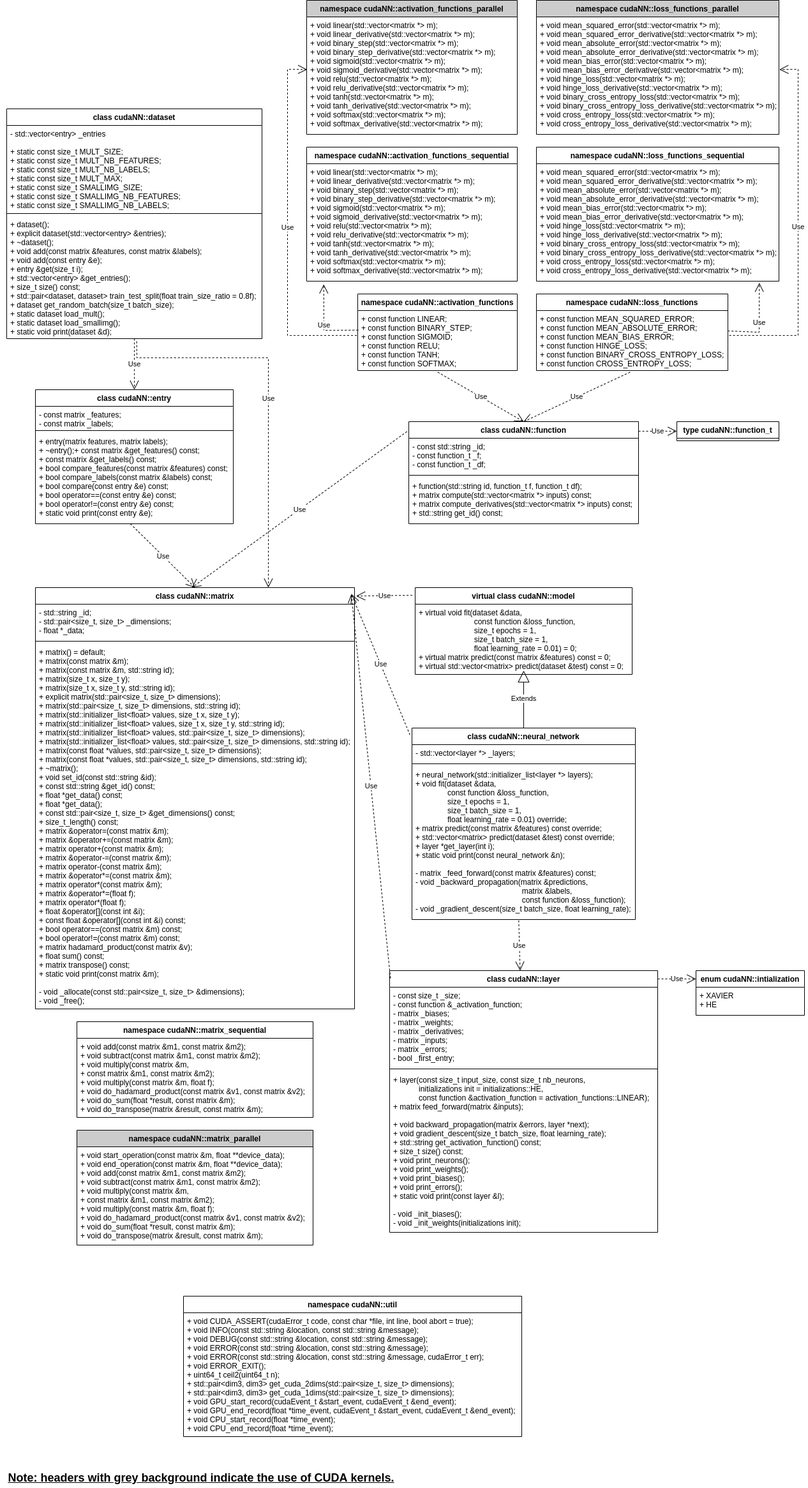
Before: res/architecture.png, a diagram exported from draw.io (EAGEA/Neural-Network-CUDA-Library). Source tidied: cells renumbered, new cells last; positions are measured from the earlier drawing's top-left corner, leaving out a move shared by most shapes.
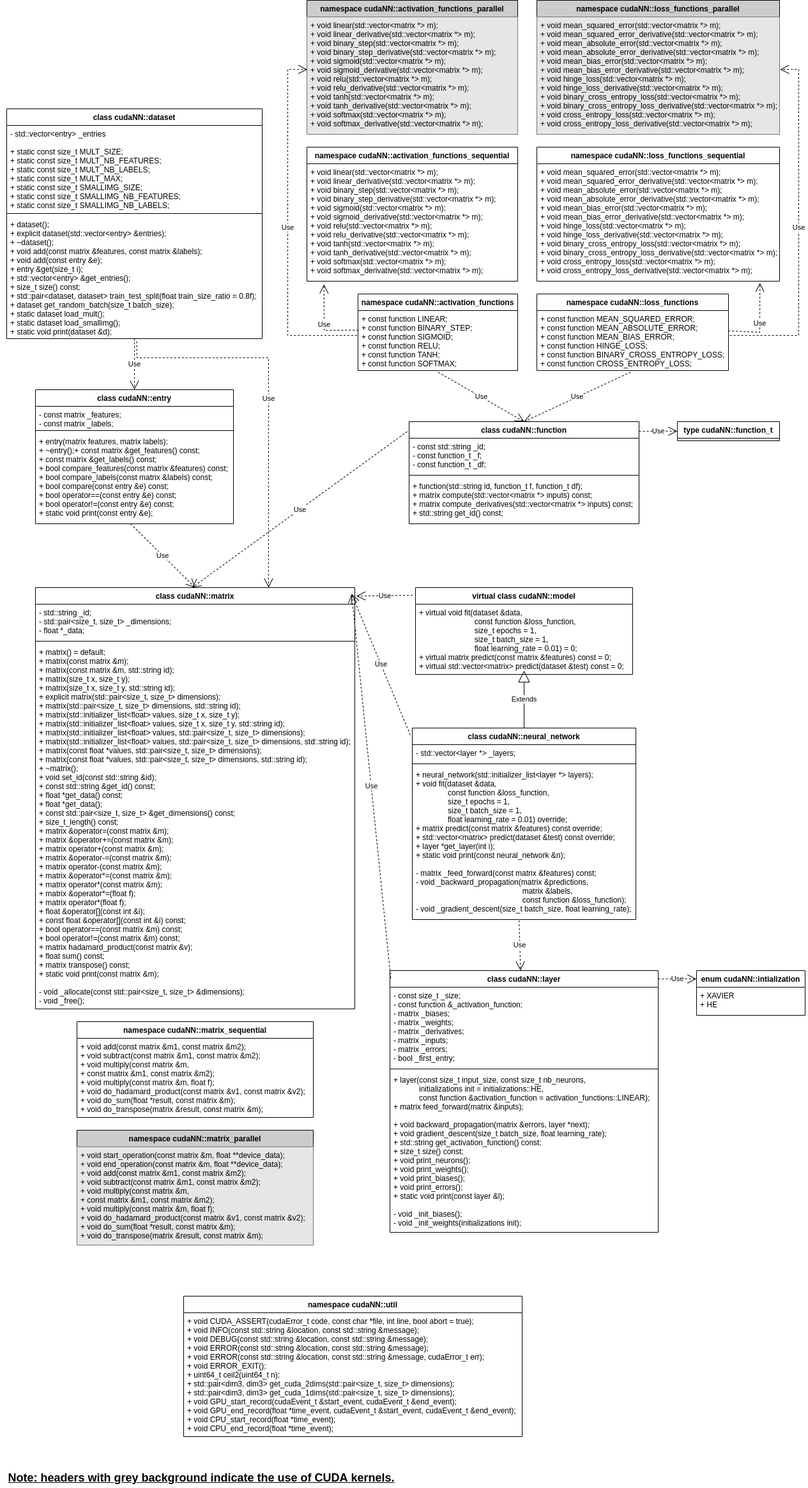
After the commit.

Commit message:
Small changes in UML diagram.

Diff of the diagram source:
```diff
@@ -44,7 +44,7 @@
     <mxCell id="15" value="namespace cudaNN::matrix_parallel" style="swimlane;fontStyle=1;align=center;verticalAlign=top;horizontal=1;startSize=26;fillColor=#CCCCCC;" parent="1" vertex="1">
       <mxGeometry x="120" y="1770" width="370" height="180" as="geometry" />
     </mxCell>
-    <mxCell id="16" value="+ void start_operation(const matrix &amp;m, float **device_data);&#10;+ void end_operation(const matrix &amp;m, float **device_data);&#10;+ void add(const matrix &amp;m1, const matrix &amp;m2);&#10;+ void subtract(const matrix &amp;m1, const matrix &amp;m2);&#10;+ void multiply(const matrix &amp;m,&#10;+ const matrix &amp;m1, const matrix &amp;m2);&#10;+ void multiply(const matrix &amp;m, float f);&#10;+ void do_hadamard_product(const matrix &amp;v1, const matrix &amp;v2);&#10;+ void do_sum(float *result, const matrix &amp;m);&#10;+ void do_transpose(matrix &amp;result, const matrix &amp;m);" style="text;strokeColor=none;fillColor=none;align=left;verticalAlign=top;spacingLeft=4;spacingRight=4;overflow=hidden;" parent="15" vertex="1">
+    <mxCell id="16" value="+ void start_operation(const matrix &amp;m, float **device_data);&#10;+ void end_operation(const matrix &amp;m, float **device_data);&#10;+ void add(const matrix &amp;m1, const matrix &amp;m2);&#10;+ void subtract(const matrix &amp;m1, const matrix &amp;m2);&#10;+ void multiply(const matrix &amp;m,&#10;+ const matrix &amp;m1, const matrix &amp;m2);&#10;+ void multiply(const matrix &amp;m, float f);&#10;+ void do_hadamard_product(const matrix &amp;v1, const matrix &amp;v2);&#10;+ void do_sum(float *result, const matrix &amp;m);&#10;+ void do_transpose(matrix &amp;result, const matrix &amp;m);" style="text;strokeColor=none;fillColor=#E6E6E6;align=left;verticalAlign=top;spacingLeft=4;spacingRight=4;overflow=hidden;" parent="15" vertex="1">
       <mxGeometry y="26" width="370" height="154" as="geometry" />
     </mxCell>
     <mxCell id="17" value="namespace cudaNN::matrix_sequential" style="swimlane;fontStyle=1;align=center;verticalAlign=top;horizontal=1;startSize=26;" parent="1" vertex="1">
@@ -83,7 +83,7 @@
     <mxCell id="28" value="namespace cudaNN::loss_functions_parallel" style="swimlane;fontStyle=1;align=center;verticalAlign=top;horizontal=1;startSize=26;fillColor=#CCCCCC;" parent="1" vertex="1">
       <mxGeometry x="840" width="380" height="210" as="geometry" />
     </mxCell>
-    <mxCell id="29" value="+ void mean_squared_error(std::vector&lt;matrix *&gt; m);&#10;+ void mean_squared_error_derivative(std::vector&lt;matrix *&gt; m);&#10;+ void mean_absolute_error(std::vector&lt;matrix *&gt; m);&#10;+ void mean_absolute_error_derivative(std::vector&lt;matrix *&gt; m);&#10;+ void mean_bias_error(std::vector&lt;matrix *&gt; m);&#10;+ void mean_bias_error_derivative(std::vector&lt;matrix *&gt; m);&#10;+ void hinge_loss(std::vector&lt;matrix *&gt; m);&#10;+ void hinge_loss_derivative(std::vector&lt;matrix *&gt; m);&#10;+ void binary_cross_entropy_loss(std::vector&lt;matrix *&gt; m);&#10;+ void binary_cross_entropy_loss_derivative(std::vector&lt;matrix *&gt; m);&#10;+ void cross_entropy_loss(std::vector&lt;matrix *&gt; m);&#10;+ void cross_entropy_loss_derivative(std::vector&lt;matrix *&gt; m);" style="text;strokeColor=none;fillColor=none;align=left;verticalAlign=top;spacingLeft=4;spacingRight=4;overflow=hidden;points=[[0,0.5],[1,0.5]];portConstraint=eastwest;" parent="28" vertex="1">
+    <mxCell id="29" value="+ void mean_squared_error(std::vector&lt;matrix *&gt; m);&#10;+ void mean_squared_error_derivative(std::vector&lt;matrix *&gt; m);&#10;+ void mean_absolute_error(std::vector&lt;matrix *&gt; m);&#10;+ void mean_absolute_error_derivative(std::vector&lt;matrix *&gt; m);&#10;+ void mean_bias_error(std::vector&lt;matrix *&gt; m);&#10;+ void mean_bias_error_derivative(std::vector&lt;matrix *&gt; m);&#10;+ void hinge_loss(std::vector&lt;matrix *&gt; m);&#10;+ void hinge_loss_derivative(std::vector&lt;matrix *&gt; m);&#10;+ void binary_cross_entropy_loss(std::vector&lt;matrix *&gt; m);&#10;+ void binary_cross_entropy_loss_derivative(std::vector&lt;matrix *&gt; m);&#10;+ void cross_entropy_loss(std::vector&lt;matrix *&gt; m);&#10;+ void cross_entropy_loss_derivative(std::vector&lt;matrix *&gt; m);" style="text;strokeColor=none;fillColor=#E6E6E6;align=left;verticalAlign=top;spacingLeft=4;spacingRight=4;overflow=hidden;points=[[0,0.5],[1,0.5]];portConstraint=eastwest;" parent="28" vertex="1">
       <mxGeometry y="26" width="380" height="184" as="geometry" />
     </mxCell>
     <mxCell id="30" value="namespace cudaNN::activation_functions" style="swimlane;fontStyle=1;align=center;verticalAlign=top;horizontal=1;startSize=26;" parent="1" vertex="1">
@@ -101,7 +101,7 @@
     <mxCell id="34" value="namespace cudaNN::activation_functions_parallel" style="swimlane;fontStyle=1;align=center;verticalAlign=top;horizontal=1;startSize=26;fillColor=#CCCCCC;" parent="1" vertex="1">
       <mxGeometry x="480" width="330" height="210" as="geometry" />
     </mxCell>
-    <mxCell id="35" value="+ void linear(std::vector&lt;matrix *&gt; m);&#10;+ void linear_derivative(std::vector&lt;matrix *&gt; m);&#10;+ void binary_step(std::vector&lt;matrix *&gt; m);&#10;+ void binary_step_derivative(std::vector&lt;matrix *&gt; m);&#10;+ void sigmoid(std::vector&lt;matrix *&gt; m);&#10;+ void sigmoid_derivative(std::vector&lt;matrix *&gt; m);&#10;+ void relu(std::vector&lt;matrix *&gt; m);&#10;+ void relu_derivative(std::vector&lt;matrix *&gt; m);&#10;+ void tanh(std::vector&lt;matrix *&gt; m);&#10;+ void tanh_derivative(std::vector&lt;matrix *&gt; m);&#10;+ void softmax(std::vector&lt;matrix *&gt; m);&#10;+ void softmax_derivative(std::vector&lt;matrix *&gt; m);" style="text;strokeColor=none;fillColor=none;align=left;verticalAlign=top;spacingLeft=4;spacingRight=4;overflow=hidden;points=[[0,0.5],[1,0.5]];portConstraint=eastwest;" parent="34" vertex="1">
+    <mxCell id="35" value="+ void linear(std::vector&lt;matrix *&gt; m);&#10;+ void linear_derivative(std::vector&lt;matrix *&gt; m);&#10;+ void binary_step(std::vector&lt;matrix *&gt; m);&#10;+ void binary_step_derivative(std::vector&lt;matrix *&gt; m);&#10;+ void sigmoid(std::vector&lt;matrix *&gt; m);&#10;+ void sigmoid_derivative(std::vector&lt;matrix *&gt; m);&#10;+ void relu(std::vector&lt;matrix *&gt; m);&#10;+ void relu_derivative(std::vector&lt;matrix *&gt; m);&#10;+ void tanh(std::vector&lt;matrix *&gt; m);&#10;+ void tanh_derivative(std::vector&lt;matrix *&gt; m);&#10;+ void softmax(std::vector&lt;matrix *&gt; m);&#10;+ void softmax_derivative(std::vector&lt;matrix *&gt; m);" style="text;strokeColor=none;fillColor=#E6E6E6;align=left;verticalAlign=top;spacingLeft=4;spacingRight=4;overflow=hidden;points=[[0,0.5],[1,0.5]];portConstraint=eastwest;" parent="34" vertex="1">
       <mxGeometry y="26" width="330" height="184" as="geometry" />
     </mxCell>
     <mxCell id="36" value="virtual class cudaNN::model" style="swimlane;fontStyle=1;align=center;verticalAlign=top;horizontal=1;startSize=26;" parent="1" vertex="1">
```
